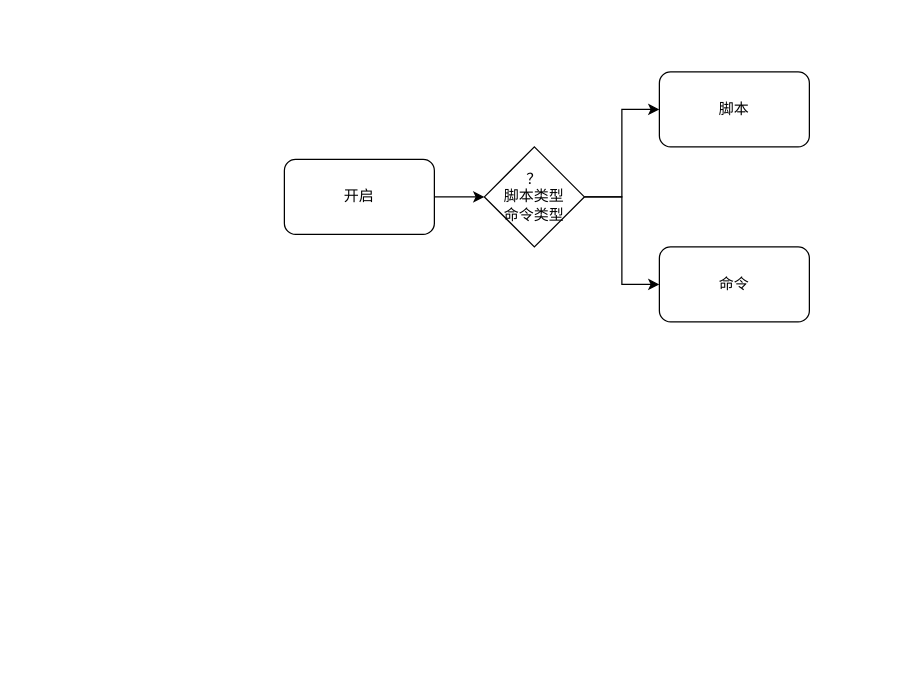
Earlier version of the draw.io diagram 开启任务执行流程.drawio (treatview/drawio). Source tidied: cells renumbered, new cells numbered last; positions are measured from the earlier drawing's top-left corner, leaving out a move shared by most shapes. Both pictures are drawn from the tidied source at 125%, with x=0, y=0 at pixel (284, 71).
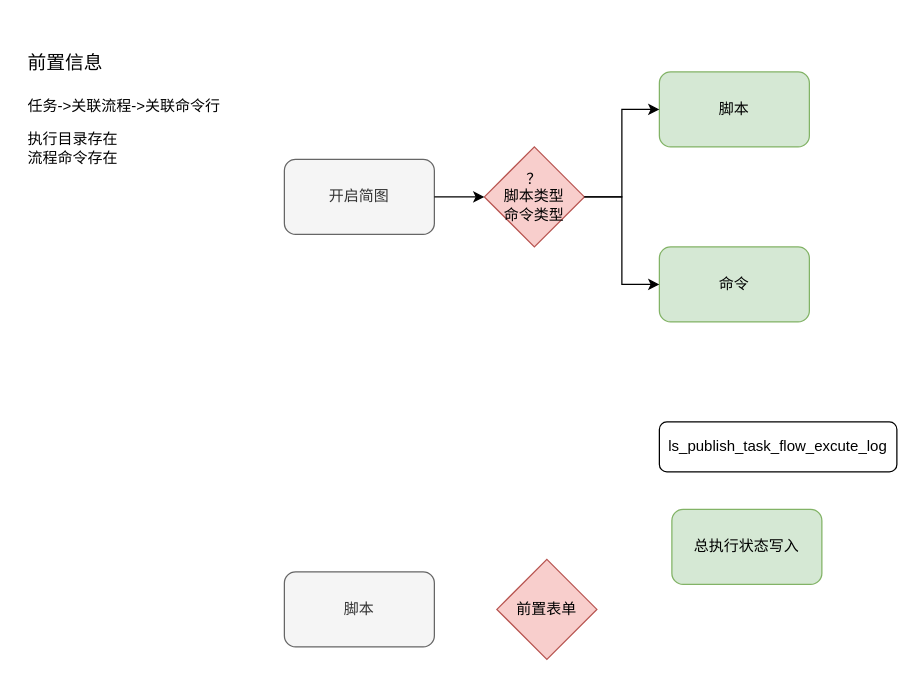
The same diagram, later.

Commit message (it also covers changes not shown here):
更新开启任务执行流程.drawio

The edit, as a diff of the source:
```diff
@@
 <mxGraphModel>
   <root>
     <mxCell id="0" />
     <mxCell id="1" parent="0" />
     <mxCell id="2" style="group;" parent="1" vertex="1">
       <mxGeometry width="420" height="200" as="geometry" />
     </mxCell>
-    <mxCell id="3" value="开启" style="rounded=1;whiteSpace=wrap;html=1;" parent="2" vertex="1">
+    <mxCell id="3" value="开启简图" style="rounded=1;whiteSpace=wrap;html=1;fillColor=#f5f5f5;strokeColor=#666666;fontColor=#333333;" parent="2" vertex="1">
       <mxGeometry y="70" width="120" height="60" as="geometry" />
     </mxCell>
-    <mxCell id="4" value="？&lt;br&gt;脚本类型&lt;br&gt;命令类型" style="rhombus;whiteSpace=wrap;html=1;" parent="2" vertex="1">
+    <mxCell id="4" value="？&lt;br&gt;脚本类型&lt;br&gt;命令类型" style="rhombus;whiteSpace=wrap;html=1;fillColor=#f8cecc;strokeColor=#b85450;" parent="2" vertex="1">
       <mxGeometry x="160" y="60" width="80" height="80" as="geometry" />
     </mxCell>
     <mxCell id="5" style="edgeStyle=orthogonalEdgeStyle;rounded=0;jettySize=auto;html=1;" parent="2" edge="1" source="3" target="4">
       <mxGeometry relative="1" as="geometry" />
     </mxCell>
-    <mxCell id="6" value="命令" style="rounded=1;whiteSpace=wrap;html=1;" parent="2" vertex="1">
+    <mxCell id="6" value="命令" style="rounded=1;whiteSpace=wrap;html=1;fillColor=#d5e8d4;strokeColor=#82b366;" parent="2" vertex="1">
       <mxGeometry x="300" y="140" width="120" height="60" as="geometry" />
     </mxCell>
     <mxCell id="7" style="edgeStyle=orthogonalEdgeStyle;rounded=0;jettySize=auto;html=1;entryX=0;entryY=0.5;entryDx=0;entryDy=0;" parent="2" edge="1" source="4" target="6">
       <mxGeometry relative="1" as="geometry" />
     </mxCell>
-    <mxCell id="8" value="脚本" style="rounded=1;whiteSpace=wrap;html=1;" parent="2" vertex="1">
+    <mxCell id="8" value="脚本" style="rounded=1;whiteSpace=wrap;html=1;fillColor=#d5e8d4;strokeColor=#82b366;" parent="2" vertex="1">
       <mxGeometry x="300" width="120" height="60" as="geometry" />
     </mxCell>
     <mxCell id="9" style="edgeStyle=orthogonalEdgeStyle;rounded=0;jettySize=auto;html=1;" parent="2" edge="1" source="4" target="8">
       <mxGeometry relative="1" as="geometry" />
     </mxCell>
+    <mxCell id="10" value="脚本" style="rounded=1;whiteSpace=wrap;html=1;fillColor=#f5f5f5;strokeColor=#666666;fontColor=#333333;" parent="1" vertex="1">
+      <mxGeometry y="400" width="120" height="60" as="geometry" />
+    </mxCell>
+    <mxCell id="11" value="&lt;h1&gt;&lt;span style=&quot;font-weight: normal;&quot;&gt;&lt;font style=&quot;font-size: 15px;&quot;&gt;前置信息&lt;/font&gt;&lt;/span&gt;&lt;/h1&gt;&lt;p&gt;任务-&amp;gt;关联流程-&amp;gt;关联命令行&lt;/p&gt;&lt;p&gt;执行目录存在&lt;br&gt;流程命令存在&lt;/p&gt;" style="text;html=1;strokeColor=none;fillColor=none;spacing=5;spacingTop=-20;whiteSpace=wrap;overflow=hidden;rounded=0;" parent="1" vertex="1">
+      <mxGeometry x="-210" y="-30" width="190" height="120" as="geometry" />
+    </mxCell>
+    <mxCell id="12" value="总执行状态写入" style="rounded=1;whiteSpace=wrap;html=1;fillColor=#d5e8d4;strokeColor=#82b366;" parent="1" vertex="1">
+      <mxGeometry x="310" y="350" width="120" height="60" as="geometry" />
+    </mxCell>
+    <mxCell id="13" value="前置表单" style="rhombus;whiteSpace=wrap;html=1;fillColor=#f8cecc;strokeColor=#b85450;" parent="1" vertex="1">
+      <mxGeometry x="170" y="390" width="80" height="80" as="geometry" />
+    </mxCell>
+    <mxCell id="14" value="ls_publish_task_flow_excute_log" style="rounded=1;whiteSpace=wrap;html=1;" parent="1" vertex="1">
+      <mxGeometry x="300" y="280" width="190" height="40" as="geometry" />
+    </mxCell>
   </root>
 </mxGraphModel>
```
